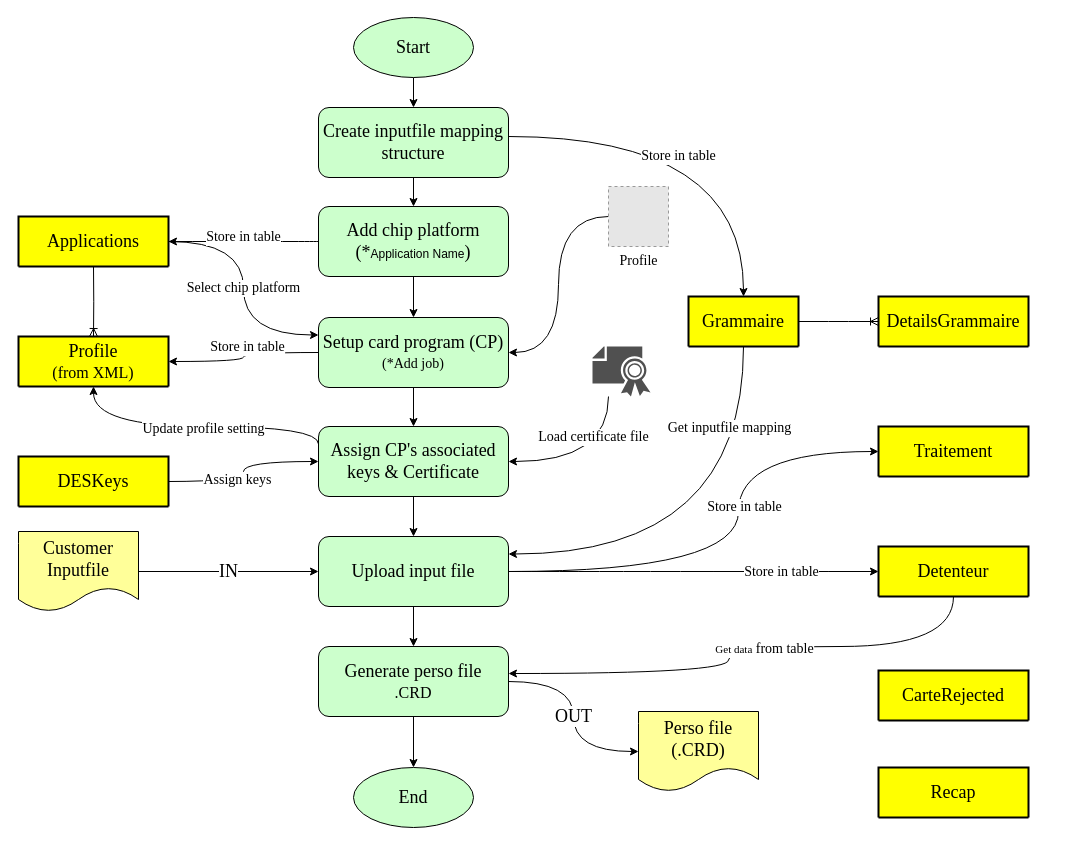
The draw.io diagram page "SmartCPS Core" (1 of 2) of smartcps.drawio in delphihero/MyDocument, before the edit. Source tidied: cells renumbered, new cells numbered last; positions are measured from the earlier drawing's top-left corner, leaving out a move shared by most shapes. Both pictures are drawn from the tidied source at 100%, with x=0, y=0 at pixel (18, 17). Pictures stored in the file or linked from it are replaced by grey dashed boxes.
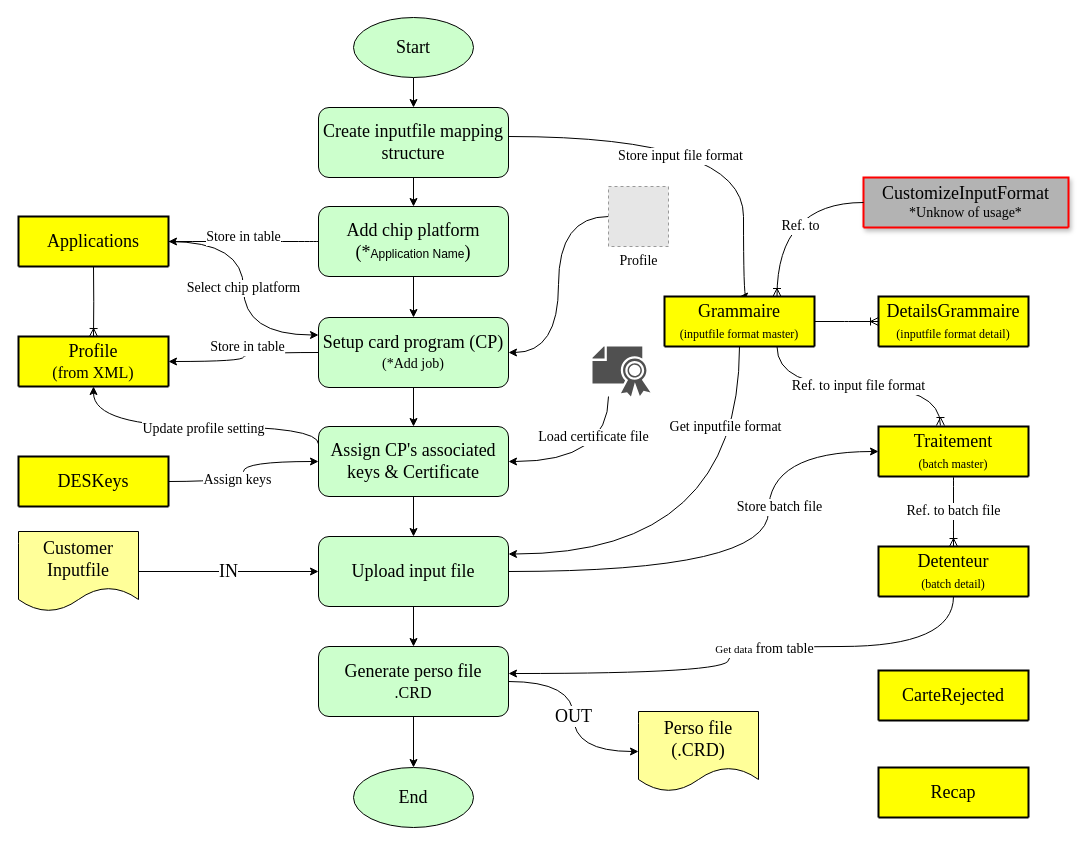
The same page after the edit.

The change refers to these unchanged cells:
```xml
<mxCell id="4" value="&lt;font face=&quot;Garamond&quot; style=&quot;font-size: 18px;&quot;&gt;Create inputfile mapping structure&lt;/font&gt;" style="rounded=1;whiteSpace=wrap;html=1;fillColor=#CCFFCC;" parent="1" vertex="1">
  <mxGeometry x="300" y="90" width="190" height="70" as="geometry" />
</mxCell>
<mxCell id="5" style="edgeStyle=orthogonalEdgeStyle;rounded=0;jettySize=auto;html=1;entryX=1;entryY=0.25;entryDx=0;entryDy=0;curved=1;exitX=0.5;exitY=1;exitDx=0;exitDy=0;" parent="1" edge="1" source="7" target="24">
  <mxGeometry relative="1" as="geometry" />
</mxCell>
<mxCell id="24" value="&lt;font style=&quot;font-size: 18px;&quot; face=&quot;Garamond&quot;&gt;Upload input file&lt;br&gt;&lt;/font&gt;" style="rounded=1;whiteSpace=wrap;html=1;fillColor=#CCFFCC;" parent="1" vertex="1">
  <mxGeometry x="300" y="519" width="190" height="70" as="geometry" />
</mxCell>
```

The edit, as a diff of the source:
```diff
@@
-    <mxCell id="2" value="&lt;font style=&quot;font-size: 14px;&quot; face=&quot;Garamond&quot;&gt;Store in table&lt;/font&gt;" style="edgeStyle=orthogonalEdgeStyle;rounded=0;jettySize=auto;html=1;entryX=0.5;entryY=0;entryDx=0;entryDy=0;curved=1;" parent="1" edge="1" source="4" target="7">
+    <mxCell id="2" value="&lt;font style=&quot;font-size: 14px;&quot; face=&quot;Garamond&quot;&gt;Store input file format&lt;/font&gt;" style="edgeStyle=orthogonalEdgeStyle;rounded=0;jettySize=auto;html=1;entryX=0.5;entryY=0;entryDx=0;entryDy=0;curved=1;" parent="1" edge="1" source="4" target="7">
       <mxGeometry x="-0.14" y="-20" relative="1" as="geometry">
         <Array as="points">
           <mxPoint x="725" y="119" />
         </Array>
       </mxGeometry>
     </mxCell>
@@
-    <mxCell id="6" value="&lt;font face=&quot;Garamond&quot; style=&quot;font-size: 14px;&quot;&gt;Get inputfile mapping&lt;/font&gt;" style="edgeLabel;html=1;align=center;verticalAlign=middle;" parent="5" vertex="1">
+    <mxCell id="6" value="&lt;font face=&quot;Garamond&quot; style=&quot;font-size: 14px;&quot;&gt;Get inputfile format&lt;/font&gt;" style="edgeLabel;html=1;align=center;verticalAlign=middle;" parent="5" vertex="1">
       <mxGeometry x="-0.39" y="13" relative="1" as="geometry">
         <mxPoint x="-28" y="-54" as="offset" />
       </mxGeometry>
     </mxCell>
-    <mxCell id="7" value="&lt;font style=&quot;font-size: 18px;&quot; face=&quot;Garamond&quot;&gt;Grammaire&lt;/font&gt;" style="swimlane;horizontal=1;startSize=50;rounded=1;fontSize=14;fontStyle=0;strokeWidth=2;shadow=0;dashed=0;align=center;arcSize=4;whiteSpace=wrap;html=1;fillColor=#FFFF00;" parent="1" vertex="1" collapsed="1">
-      <mxGeometry x="670" y="279" width="110" height="50" as="geometry" />
+    <mxCell id="7" value="&lt;div&gt;&lt;font style=&quot;font-size: 18px;&quot; face=&quot;Garamond&quot;&gt;Grammaire&lt;/font&gt;&lt;/div&gt;&lt;div&gt;&lt;font style=&quot;font-size: 12px;&quot; face=&quot;Garamond&quot;&gt;(inputfile format master)&lt;/font&gt;&lt;font size=&quot;3&quot; face=&quot;Garamond&quot;&gt;&lt;br&gt;&lt;/font&gt;&lt;/div&gt;" style="swimlane;horizontal=1;startSize=50;rounded=1;fontSize=14;fontStyle=0;strokeWidth=2;shadow=0;dashed=0;align=center;arcSize=4;whiteSpace=wrap;html=1;fillColor=#FFFF00;" parent="1" vertex="1" collapsed="1">
+      <mxGeometry x="646" y="279" width="150" height="50" as="geometry" />
     </mxCell>
-    <mxCell id="8" value="&lt;font style=&quot;font-size: 18px;&quot; face=&quot;Garamond&quot;&gt;DetailsGrammaire&lt;/font&gt;" style="swimlane;horizontal=1;startSize=50;rounded=1;fontSize=14;fontStyle=0;strokeWidth=2;shadow=0;dashed=0;align=center;arcSize=4;whiteSpace=wrap;html=1;fillColor=#FFFF00;" parent="1" vertex="1" collapsed="1">
+    <mxCell id="8" value="&lt;div&gt;&lt;font style=&quot;font-size: 18px;&quot; face=&quot;Garamond&quot;&gt;DetailsGrammaire&lt;/font&gt;&lt;/div&gt;&lt;div&gt;&lt;font style=&quot;font-size: 18px;&quot; face=&quot;Garamond&quot;&gt;&lt;/font&gt;&lt;div&gt;&lt;font style=&quot;font-size: 12px;&quot; face=&quot;Garamond&quot;&gt;(inputfile format detail)&lt;/font&gt;&lt;font size=&quot;3&quot; face=&quot;Garamond&quot;&gt;&lt;br&gt;&lt;/font&gt;&lt;/div&gt;&lt;font style=&quot;font-size: 18px;&quot; face=&quot;Garamond&quot;&gt;&lt;/font&gt;&lt;/div&gt;" style="swimlane;horizontal=1;startSize=50;rounded=1;fontSize=14;fontStyle=0;strokeWidth=2;shadow=0;dashed=0;align=center;arcSize=4;whiteSpace=wrap;html=1;fillColor=#FFFF00;" parent="1" vertex="1" collapsed="1">
       <mxGeometry x="860" y="279" width="150" height="50" as="geometry" />
     </mxCell>
@@
     <mxCell id="20" style="edgeStyle=orthogonalEdgeStyle;rounded=0;jettySize=auto;html=1;curved=1;entryX=0;entryY=0.5;entryDx=0;entryDy=0;" parent="1" edge="1" source="24" target="48">
       <mxGeometry relative="1" as="geometry">
         <Array as="points">
-          <mxPoint x="720" y="554" />
-          <mxPoint x="720" y="434" />
+          <mxPoint x="750" y="554" />
+          <mxPoint x="750" y="434" />
         </Array>
       </mxGeometry>
     </mxCell>
-    <mxCell id="21" value="&lt;font style=&quot;font-size: 14px;&quot; face=&quot;Garamond&quot;&gt;Store in table&lt;/font&gt;" style="edgeLabel;html=1;align=center;verticalAlign=middle;" parent="20" vertex="1">
+    <mxCell id="21" value="&lt;font style=&quot;font-size: 14px;&quot; face=&quot;Garamond&quot;&gt;Store batch file&lt;br&gt;&lt;/font&gt;" style="edgeLabel;html=1;align=center;verticalAlign=middle;" parent="20" vertex="1">
       <mxGeometry x="-0.15" y="7" relative="1" as="geometry">
-        <mxPoint x="27" y="-58" as="offset" />
+        <mxPoint x="62" y="-58" as="offset" />
       </mxGeometry>
     </mxCell>
-    <mxCell id="22" style="edgeStyle=orthogonalEdgeStyle;rounded=0;jettySize=auto;html=1;entryX=0;entryY=0.5;entryDx=0;entryDy=0;curved=1;" parent="1" edge="1" source="24" target="49">
-      <mxGeometry relative="1" as="geometry" />
-    </mxCell>
-    <mxCell id="23" value="&lt;font style=&quot;font-size: 14px;&quot; face=&quot;Garamond&quot;&gt;Store in table&lt;/font&gt;" style="edgeLabel;html=1;align=center;verticalAlign=middle;" parent="22" vertex="1">
-      <mxGeometry x="0.47" relative="1" as="geometry" />
-    </mxCell>
@@
-    <mxCell id="48" value="&lt;font style=&quot;font-size: 18px;&quot; face=&quot;Garamond&quot;&gt;Traitement&lt;/font&gt;" style="swimlane;horizontal=1;startSize=50;rounded=1;fontSize=14;fontStyle=0;strokeWidth=2;shadow=0;dashed=0;align=center;arcSize=4;whiteSpace=wrap;html=1;fillColor=#FFFF00;" parent="1" vertex="1" collapsed="1">
+    <mxCell id="48" value="&lt;div&gt;&lt;font style=&quot;font-size: 18px;&quot; face=&quot;Garamond&quot;&gt;Traitement&lt;/font&gt;&lt;/div&gt;&lt;div&gt;&lt;font style=&quot;font-size: 12px;&quot; face=&quot;Garamond&quot;&gt;(batch master)&lt;/font&gt;&lt;font size=&quot;3&quot; face=&quot;jMzl_yuLl0mQnvaVNmXk&quot;&gt;&lt;br&gt;&lt;/font&gt;&lt;/div&gt;" style="swimlane;horizontal=1;startSize=50;rounded=1;fontSize=14;fontStyle=0;strokeWidth=2;shadow=0;dashed=0;align=center;arcSize=4;whiteSpace=wrap;html=1;fillColor=#FFFF00;" parent="1" vertex="1" collapsed="1">
       <mxGeometry x="860" y="409" width="150" height="50" as="geometry" />
     </mxCell>
-    <mxCell id="49" value="&lt;font style=&quot;font-size: 18px;&quot; face=&quot;Garamond&quot;&gt;Detenteur&lt;/font&gt;" style="swimlane;horizontal=1;startSize=50;rounded=1;fontSize=14;fontStyle=0;strokeWidth=2;shadow=0;dashed=0;align=center;arcSize=4;whiteSpace=wrap;html=1;fillColor=#FFFF00;" parent="1" vertex="1" collapsed="1">
+    <mxCell id="49" value="&lt;div&gt;&lt;font style=&quot;font-size: 18px;&quot; face=&quot;Garamond&quot;&gt;Detenteur&lt;/font&gt;&lt;/div&gt;&lt;div&gt;&lt;div&gt;&lt;font style=&quot;font-size: 12px;&quot; face=&quot;Garamond&quot;&gt;(batch detail)&lt;/font&gt;&lt;font size=&quot;3&quot; face=&quot;xLAoZv_TWANBeWZ196cj&quot;&gt;&lt;br&gt;&lt;/font&gt;&lt;/div&gt;&lt;/div&gt;" style="swimlane;horizontal=1;startSize=50;rounded=1;fontSize=14;fontStyle=0;strokeWidth=2;shadow=0;dashed=0;align=center;arcSize=4;whiteSpace=wrap;html=1;fillColor=#FFFF00;" parent="1" vertex="1" collapsed="1">
       <mxGeometry x="860" y="529" width="150" height="50" as="geometry" />
     </mxCell>
@@
+    <mxCell id="56" value="&lt;div&gt;&lt;font style=&quot;font-size: 18px;&quot; face=&quot;Garamond&quot;&gt;CustomizeInputFormat&lt;/font&gt;&lt;/div&gt;&lt;div&gt;&lt;font style=&quot;font-size: 14px;&quot; face=&quot;Garamond&quot;&gt;*Unknow of usage*&lt;i&gt;&lt;br&gt;&lt;/i&gt;&lt;/font&gt;&lt;/div&gt;" style="swimlane;horizontal=1;startSize=50;rounded=1;fontSize=14;fontStyle=0;strokeWidth=2;shadow=1;dashed=0;align=center;arcSize=4;whiteSpace=wrap;html=1;fillColor=#B3B3B3;strokeColor=#FF0000;" parent="1" vertex="1" collapsed="1">
+      <mxGeometry x="845" y="160" width="205" height="50" as="geometry" />
+    </mxCell>
+    <mxCell id="57" value="&lt;font style=&quot;font-size: 14px;&quot; face=&quot;Garamond&quot;&gt;Ref. to&lt;/font&gt;" style="edgeStyle=orthogonalEdgeStyle;fontSize=12;html=1;endArrow=ERoneToMany;rounded=0;entryX=0.75;entryY=0;entryDx=0;entryDy=0;exitX=0;exitY=0.5;exitDx=0;exitDy=0;curved=1;" parent="1" edge="1" source="56" target="7">
+      <mxGeometry x="-0.3" y="24" relative="1" as="geometry" />
+    </mxCell>
+    <mxCell id="58" value="&lt;font style=&quot;font-size: 14px;&quot; face=&quot;Garamond&quot;&gt;Ref. to input file format&lt;/font&gt;" style="edgeStyle=orthogonalEdgeStyle;fontSize=12;html=1;endArrow=ERoneToMany;rounded=0;entryX=0.413;entryY=-0.02;entryDx=0;entryDy=0;exitX=0.75;exitY=1;exitDx=0;exitDy=0;entryPerimeter=0;curved=1;" parent="1" edge="1" source="7" target="48">
+      <mxGeometry relative="1" as="geometry" />
+    </mxCell>
+    <mxCell id="59" value="&lt;font style=&quot;font-size: 14px;&quot; face=&quot;Garamond&quot;&gt;Ref. to batch file&lt;br&gt;&lt;/font&gt;" style="edgeStyle=orthogonalEdgeStyle;fontSize=12;html=1;endArrow=ERoneToMany;rounded=0;entryX=0.5;entryY=0;entryDx=0;entryDy=0;exitX=0.5;exitY=1;exitDx=0;exitDy=0;curved=1;" parent="1" edge="1" source="48" target="49">
+      <mxGeometry relative="1" as="geometry" />
+    </mxCell>
```
